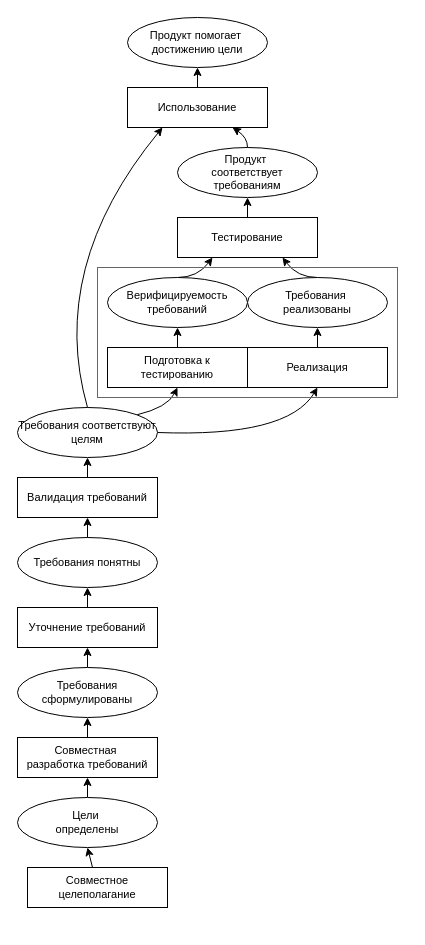
chaetal/why-test-first keeps this draw.io diagram as success-history.drawio. Above is the earlier version. Source tidied: cells renumbered, new cells numbered last; positions are measured from the earlier drawing's top-left corner, leaving out a move shared by most shapes. Both pictures are drawn from the tidied source at 100%, with x=0, y=0 at pixel (17, 17).
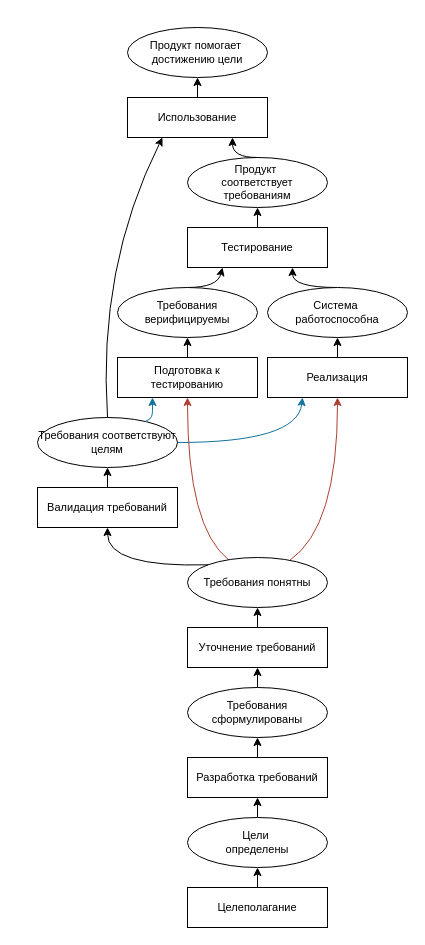
Above is the later version.

Commit message:
Colored questionable links

What changed in the source:
```diff
@@
     <mxCell id="2" value="Продукт&amp;nbsp;&lt;div style=&quot;font-size: 11px;&quot;&gt;соответствует требованиям&lt;/div&gt;" style="ellipse;whiteSpace=wrap;html=1;fontSize=11;" parent="1" vertex="1">
-      <mxGeometry x="160" y="130" width="140" height="50" as="geometry" />
+      <mxGeometry x="170" y="140" width="140" height="50" as="geometry" />
     </mxCell>
-    <mxCell id="3" style="rounded=0;jettySize=auto;html=1;exitX=1;exitY=0;exitDx=0;exitDy=0;entryX=0.5;entryY=1;entryDx=0;entryDy=0;curved=1;" parent="1" edge="1" source="5" target="27">
-      <mxGeometry relative="1" as="geometry">
-        <Array as="points">
-          <mxPoint x="150" y="390" />
-        </Array>
-      </mxGeometry>
-    </mxCell>
-    <mxCell id="4" style="rounded=0;jettySize=auto;html=1;exitX=1;exitY=0.5;exitDx=0;exitDy=0;entryX=0.5;entryY=1;entryDx=0;entryDy=0;curved=1;" parent="1" edge="1" source="5" target="25">
+    <mxCell id="4" style="rounded=0;jettySize=auto;html=1;curved=1;entryX=0.25;entryY=1;entryDx=0;entryDy=0;fillColor=#b1ddf0;strokeColor=#10739e;" parent="1" edge="1" source="5" target="25">
       <mxGeometry relative="1" as="geometry">
         <Array as="points">
-          <mxPoint x="270" y="420" />
+          <mxPoint x="280" y="425" />
         </Array>
       </mxGeometry>
     </mxCell>
     <mxCell id="5" value="Требования соответствуют целям" style="ellipse;whiteSpace=wrap;html=1;fontSize=11;" parent="1" vertex="1">
-      <mxGeometry y="390" width="140" height="50" as="geometry" />
+      <mxGeometry x="20" y="400" width="140" height="50" as="geometry" />
     </mxCell>
-    <mxCell id="6" style="rounded=0;jettySize=auto;html=1;entryX=0.75;entryY=1;entryDx=0;entryDy=0;exitX=0.5;exitY=0;exitDx=0;exitDy=0;fontSize=11;curved=1;" parent="1" edge="1" source="7" target="21">
+    <mxCell id="6" style="rounded=0;jettySize=auto;html=1;exitX=0.5;exitY=0;exitDx=0;exitDy=0;fontSize=11;curved=1;entryX=0.75;entryY=1;entryDx=0;entryDy=0;" parent="1" edge="1" source="7" target="21">
       <mxGeometry relative="1" as="geometry">
         <Array as="points">
-          <mxPoint x="280" y="260" />
+          <mxPoint x="275" y="270" />
         </Array>
       </mxGeometry>
     </mxCell>
-    <mxCell id="7" value="Требования&amp;nbsp;&lt;div&gt;реализованы&lt;/div&gt;" style="ellipse;whiteSpace=wrap;html=1;fontSize=11;" parent="1" vertex="1">
-      <mxGeometry x="230" y="260" width="140" height="50" as="geometry" />
-    </mxCell>
     <mxCell id="8" style="rounded=0;jettySize=auto;html=1;exitX=0.5;exitY=0;exitDx=0;exitDy=0;entryX=0.25;entryY=1;entryDx=0;entryDy=0;fontSize=11;curved=1;" parent="1" edge="1" source="9" target="21">
       <mxGeometry relative="1" as="geometry">
         <Array as="points">
-          <mxPoint x="180" y="260" />
+          <mxPoint x="200" y="270" />
         </Array>
       </mxGeometry>
     </mxCell>
-    <mxCell id="9" value="Верифицируемость требований" style="ellipse;whiteSpace=wrap;html=1;fontSize=11;" parent="1" vertex="1">
-      <mxGeometry x="90" y="260" width="140" height="50" as="geometry" />
-    </mxCell>
@@
     <mxCell id="11" value="Требования сформулированы" style="ellipse;whiteSpace=wrap;html=1;fontSize=11;" parent="1" vertex="1">
-      <mxGeometry y="650" width="140" height="50" as="geometry" />
+      <mxGeometry x="170" y="670" width="140" height="50" as="geometry" />
     </mxCell>
@@
     <mxCell id="13" value="Цели&amp;nbsp;&lt;div style=&quot;font-size: 11px;&quot;&gt;&lt;span style=&quot;background-color: initial; font-size: 11px;&quot;&gt;определены&lt;/span&gt;&lt;/div&gt;" style="ellipse;whiteSpace=wrap;html=1;fontSize=11;" parent="1" vertex="1">
-      <mxGeometry y="780" width="140" height="50" as="geometry" />
+      <mxGeometry x="170" y="800" width="140" height="50" as="geometry" />
     </mxCell>
     <mxCell id="14" value="Продукт помогает&amp;nbsp;&lt;div style=&quot;font-size: 11px;&quot;&gt;достижению цели&lt;/div&gt;" style="ellipse;whiteSpace=wrap;html=1;fontSize=11;" parent="1" vertex="1">
-      <mxGeometry x="110" width="140" height="50" as="geometry" />
+      <mxGeometry x="110" y="10" width="140" height="50" as="geometry" />
     </mxCell>
     <mxCell id="15" style="endArrow=classic;html=1;rounded=0;exitX=0.5;exitY=0;exitDx=0;exitDy=0;entryX=0.75;entryY=1;entryDx=0;entryDy=0;fontSize=11;curved=1;" parent="1" edge="1" source="2" target="19">
       <mxGeometry relative="1" as="geometry">
         <Array as="points">
-          <mxPoint x="230" y="120" />
+          <mxPoint x="215" y="140" />
         </Array>
       </mxGeometry>
     </mxCell>
@@
     <mxCell id="17" style="endArrow=classic;html=1;rounded=0;exitX=0.5;exitY=0;exitDx=0;exitDy=0;entryX=0.25;entryY=1;entryDx=0;entryDy=0;fontSize=11;curved=1;" parent="1" edge="1" source="5" target="19">
       <mxGeometry relative="1" as="geometry">
         <Array as="points">
-          <mxPoint x="30" y="250" />
+          <mxPoint x="80" y="250" />
         </Array>
       </mxGeometry>
     </mxCell>
@@
     <mxCell id="19" value="Использование" style="rounded=0;whiteSpace=wrap;html=1;fontSize=11;" parent="1" vertex="1">
-      <mxGeometry x="110" y="70" width="140" height="40" as="geometry" />
+      <mxGeometry x="110" y="80" width="140" height="40" as="geometry" />
     </mxCell>
@@
     <mxCell id="21" value="Тестирование" style="whiteSpace=wrap;html=1;fontSize=11;" parent="1" vertex="1">
-      <mxGeometry x="160" y="200" width="140" height="40" as="geometry" />
+      <mxGeometry x="170" y="210" width="140" height="40" as="geometry" />
     </mxCell>
@@
     <mxCell id="23" value="Валидация требований" style="whiteSpace=wrap;html=1;fontSize=11;" parent="1" vertex="1">
-      <mxGeometry y="460" width="140" height="40" as="geometry" />
+      <mxGeometry x="20" y="470" width="140" height="40" as="geometry" />
     </mxCell>
-    <mxCell id="24" style="rounded=0;jettySize=auto;html=1;entryX=0.5;entryY=1;entryDx=0;entryDy=0;fontSize=11;" parent="1" edge="1" source="25" target="7">
-      <mxGeometry relative="1" as="geometry" />
-    </mxCell>
-    <mxCell id="25" value="Реализация" style="whiteSpace=wrap;html=1;fontSize=11;" parent="1" vertex="1">
-      <mxGeometry x="230" y="330" width="140" height="40" as="geometry" />
-    </mxCell>
-    <mxCell id="26" style="rounded=0;jettySize=auto;html=1;entryX=0.5;entryY=1;entryDx=0;entryDy=0;exitX=0.5;exitY=0;exitDx=0;exitDy=0;fontSize=11;" parent="1" edge="1" source="27" target="9">
-      <mxGeometry relative="1" as="geometry" />
-    </mxCell>
-    <mxCell id="27" value="Подготовка к тестированию" style="whiteSpace=wrap;html=1;fontSize=11;" parent="1" vertex="1">
-      <mxGeometry x="90" y="330" width="140" height="40" as="geometry" />
-    </mxCell>
@@
-    <mxCell id="29" value="Совместная&amp;nbsp;&lt;div style=&quot;font-size: 11px;&quot;&gt;разработка&amp;nbsp;&lt;span style=&quot;background-color: initial; font-size: 11px;&quot;&gt;требований&lt;/span&gt;&lt;/div&gt;" style="whiteSpace=wrap;html=1;fontSize=11;" parent="1" vertex="1">
-      <mxGeometry y="720" width="140" height="40" as="geometry" />
+    <mxCell id="29" value="&lt;div style=&quot;font-size: 11px;&quot;&gt;Разработка&amp;nbsp;&lt;span style=&quot;background-color: initial; font-size: 11px;&quot;&gt;требований&lt;/span&gt;&lt;/div&gt;" style="whiteSpace=wrap;html=1;fontSize=11;" parent="1" vertex="1">
+      <mxGeometry x="170" y="740" width="140" height="40" as="geometry" />
     </mxCell>
@@
-    <mxCell id="31" value="Совместное целеполаган&lt;span style=&quot;background-color: initial; font-size: 11px;&quot;&gt;ие&lt;/span&gt;" style="whiteSpace=wrap;html=1;fontSize=11;" parent="1" vertex="1">
-      <mxGeometry x="10" y="850" width="140" height="40" as="geometry" />
+    <mxCell id="31" value="Целеполаган&lt;span style=&quot;background-color: initial; font-size: 11px;&quot;&gt;ие&lt;/span&gt;" style="whiteSpace=wrap;html=1;fontSize=11;" parent="1" vertex="1">
+      <mxGeometry x="170" y="870" width="140" height="40" as="geometry" />
     </mxCell>
@@
+    <mxCell id="38" style="rounded=0;jettySize=auto;html=1;entryX=0.5;entryY=1;entryDx=0;entryDy=0;curved=1;fillColor=#fad9d5;strokeColor=#ae4132;" parent="1" edge="1" source="33" target="27">
+      <mxGeometry relative="1" as="geometry">
+        <Array as="points">
+          <mxPoint x="170" y="510" />
+        </Array>
+      </mxGeometry>
+    </mxCell>
+    <mxCell id="39" style="rounded=0;jettySize=auto;html=1;entryX=0.5;entryY=1;entryDx=0;entryDy=0;curved=1;fillColor=#fad9d5;strokeColor=#ae4132;" parent="1" edge="1" source="33" target="25">
+      <mxGeometry relative="1" as="geometry">
+        <Array as="points">
+          <mxPoint x="320" y="510" />
+        </Array>
+      </mxGeometry>
+    </mxCell>
     <mxCell id="33" value="Требования понятны" style="ellipse;whiteSpace=wrap;html=1;fontSize=11;" parent="1" vertex="1">
-      <mxGeometry y="520" width="140" height="50" as="geometry" />
+      <mxGeometry x="170" y="540" width="140" height="50" as="geometry" />
     </mxCell>
-    <mxCell id="34" style="rounded=0;jettySize=auto;html=1;exitX=0.5;exitY=0;exitDx=0;exitDy=0;entryX=0.5;entryY=1;entryDx=0;entryDy=0;" parent="1" edge="1" source="33" target="23">
-      <mxGeometry relative="1" as="geometry" />
+    <mxCell id="34" style="rounded=0;jettySize=auto;html=1;exitX=0;exitY=0;exitDx=0;exitDy=0;entryX=0.5;entryY=1;entryDx=0;entryDy=0;curved=1;" parent="1" edge="1" source="33" target="23">
+      <mxGeometry relative="1" as="geometry">
+        <Array as="points">
+          <mxPoint x="90" y="550" />
+        </Array>
+      </mxGeometry>
     </mxCell>
@@
     <mxCell id="36" value="Уточнение требований" style="whiteSpace=wrap;html=1;fontSize=11;" parent="1" vertex="1">
-      <mxGeometry y="590" width="140" height="40" as="geometry" />
+      <mxGeometry x="170" y="610" width="140" height="40" as="geometry" />
     </mxCell>
-    <mxCell id="37" style="rounded=0;whiteSpace=wrap;html=1;fillColor=none;fontColor=#333333;strokeColor=#666666;" parent="1" vertex="1">
-      <mxGeometry x="80" y="250" width="300" height="130" as="geometry" />
-    </mxCell>
+    <mxCell id="7" value="Система&amp;nbsp;&lt;div&gt;работоспособна&lt;/div&gt;" style="ellipse;whiteSpace=wrap;html=1;fontSize=11;" parent="1" vertex="1">
+      <mxGeometry x="250" y="270" width="140" height="50" as="geometry" />
+    </mxCell>
+    <mxCell id="9" value="Требования верифицируемы" style="ellipse;whiteSpace=wrap;html=1;fontSize=11;" parent="1" vertex="1">
+      <mxGeometry x="100" y="270" width="140" height="50" as="geometry" />
+    </mxCell>
+    <mxCell id="24" style="rounded=0;jettySize=auto;html=1;entryX=0.5;entryY=1;entryDx=0;entryDy=0;fontSize=11;" parent="1" edge="1" source="25" target="7">
+      <mxGeometry relative="1" as="geometry" />
+    </mxCell>
+    <mxCell id="25" value="Реализация" style="whiteSpace=wrap;html=1;fontSize=11;" parent="1" vertex="1">
+      <mxGeometry x="250" y="340" width="140" height="40" as="geometry" />
+    </mxCell>
+    <mxCell id="26" style="rounded=0;jettySize=auto;html=1;entryX=0.5;entryY=1;entryDx=0;entryDy=0;exitX=0.5;exitY=0;exitDx=0;exitDy=0;fontSize=11;" parent="1" edge="1" source="27" target="9">
+      <mxGeometry relative="1" as="geometry" />
+    </mxCell>
+    <mxCell id="27" value="Подготовка к тестированию" style="whiteSpace=wrap;html=1;fontSize=11;" parent="1" vertex="1">
+      <mxGeometry x="100" y="340" width="140" height="40" as="geometry" />
+    </mxCell>
+    <mxCell id="3" style="rounded=1;jettySize=auto;html=1;entryX=0.25;entryY=1;entryDx=0;entryDy=0;curved=0;fillColor=#b1ddf0;strokeColor=#10739e;" parent="1" edge="1" source="5" target="27">
+      <mxGeometry relative="1" as="geometry">
+        <Array as="points">
+          <mxPoint x="135" y="400" />
+        </Array>
+      </mxGeometry>
+    </mxCell>
```
